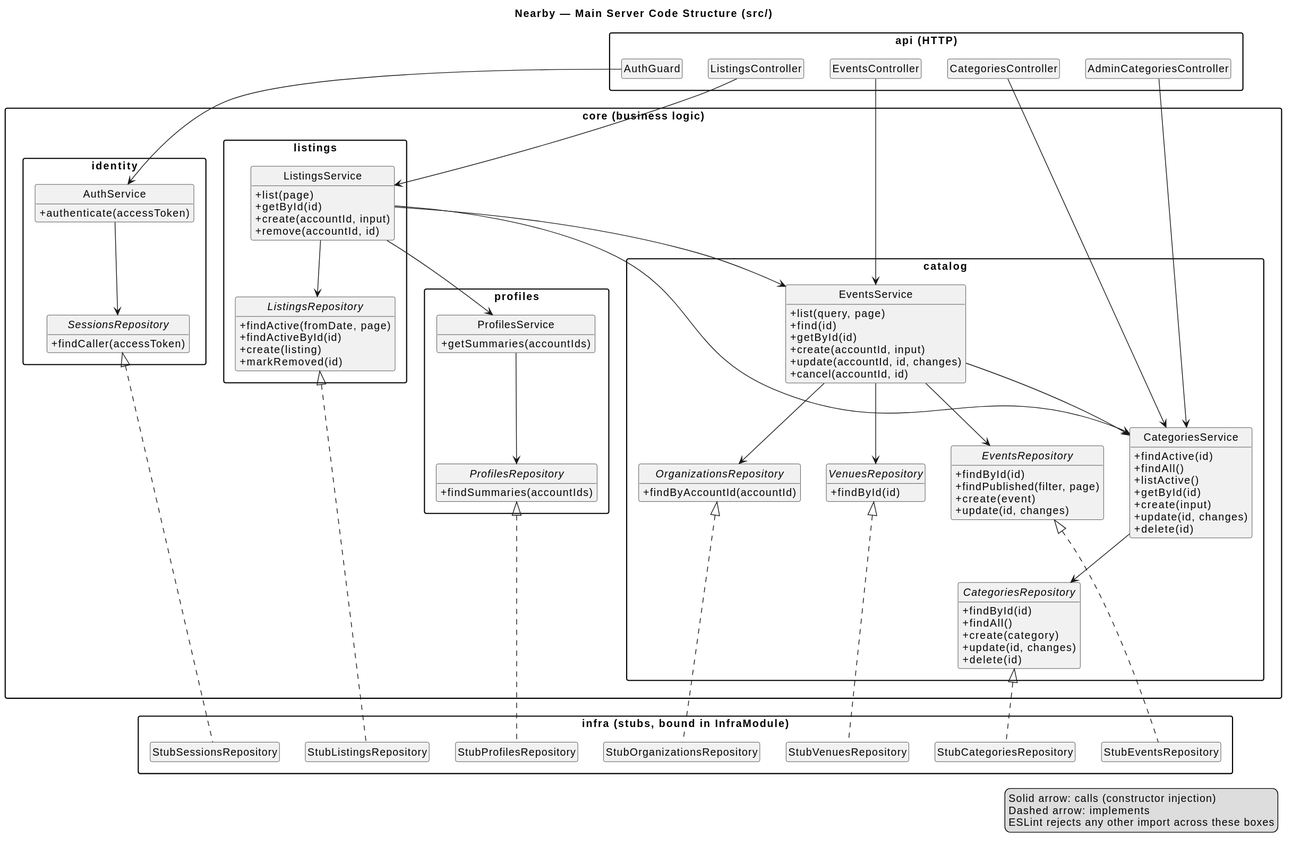
ukma-fin-ssdm-2026/pun-intended-team keeps this PlantUML diagram as docs/architecture/uml/rendered/code-structure.svg. Above is the earlier version. Its diagram source:
```plantuml
@startuml
title Nearby — Main Server Code Structure (src/)

skinparam shadowing false
skinparam packageStyle rectangle
skinparam classAttributeIconSize 0
hide empty members
hide circle

package "api (HTTP)" as API {
  class AuthGuard
  class EventsController
  class CategoriesController
  class AdminCategoriesController
  class ListingsController
}

package "core (business logic)" as CORE {
  package identity {
    class AuthService {
      +authenticate(accessToken)
    }
    abstract class SessionsRepository {
      +findCaller(accessToken)
    }
  }

  package listings {
    class ListingsService {
      +list(page)
      +getById(id)
      +create(accountId, input)
      +remove(accountId, id)
    }
    abstract class ListingsRepository {
      +findActive(fromDate, page)
      +findActiveById(id)
      +create(listing)
      +markRemoved(id)
    }
  }

  package catalog {
    class EventsService {
      +list(query, page)
      +find(id)
      +getById(id)
      +create(accountId, input)
      +update(accountId, id, changes)
      +cancel(accountId, id)
    }
    class CategoriesService {
      +findActive(id)
      +findAll()
      +listActive()
      +getById(id)
      +create(input)
      +update(id, changes)
      +delete(id)
    }
    abstract class EventsRepository {
      +findById(id)
      +findPublished(filter, page)
      +create(event)
      +update(id, changes)
    }
    abstract class CategoriesRepository {
      +findById(id)
      +findAll()
      +create(category)
      +update(id, changes)
      +delete(id)
    }
    abstract class VenuesRepository {
      +findById(id)
    }
    abstract class OrganizationsRepository {
      +findByAccountId(accountId)
    }
  }

  package profiles {
    class ProfilesService {
      +getSummaries(accountIds)
    }
    abstract class ProfilesRepository {
      +findSummaries(accountIds)
    }
  }
}

package "infra (stubs, bound in InfraModule)" as INFRA {
  class StubSessionsRepository
  class StubListingsRepository
  class StubEventsRepository
  class StubCategoriesRepository
  class StubVenuesRepository
  class StubOrganizationsRepository
  class StubProfilesRepository
}

AuthGuard --> AuthService
EventsController --> EventsService
CategoriesController --> CategoriesService
AdminCategoriesController --> CategoriesService
ListingsController --> ListingsService

ListingsService --> EventsService
ListingsService --> CategoriesService
ListingsService --> ProfilesService

AuthService --> SessionsRepository
ListingsService --> ListingsRepository
EventsService --> CategoriesService
EventsService --> EventsRepository
EventsService --> VenuesRepository
EventsService --> OrganizationsRepository
CategoriesService --> CategoriesRepository
ProfilesService --> ProfilesRepository

SessionsRepository <|.. StubSessionsRepository
ListingsRepository <|.. StubListingsRepository
EventsRepository <|.. StubEventsRepository
CategoriesRepository <|.. StubCategoriesRepository
VenuesRepository <|.. StubVenuesRepository
OrganizationsRepository <|.. StubOrganizationsRepository
ProfilesRepository <|.. StubProfilesRepository

legend right
  Solid arrow: calls (constructor injection)
  Dashed arrow: implements
  ESLint rejects any other import across these boxes
endlegend
@enduml
```
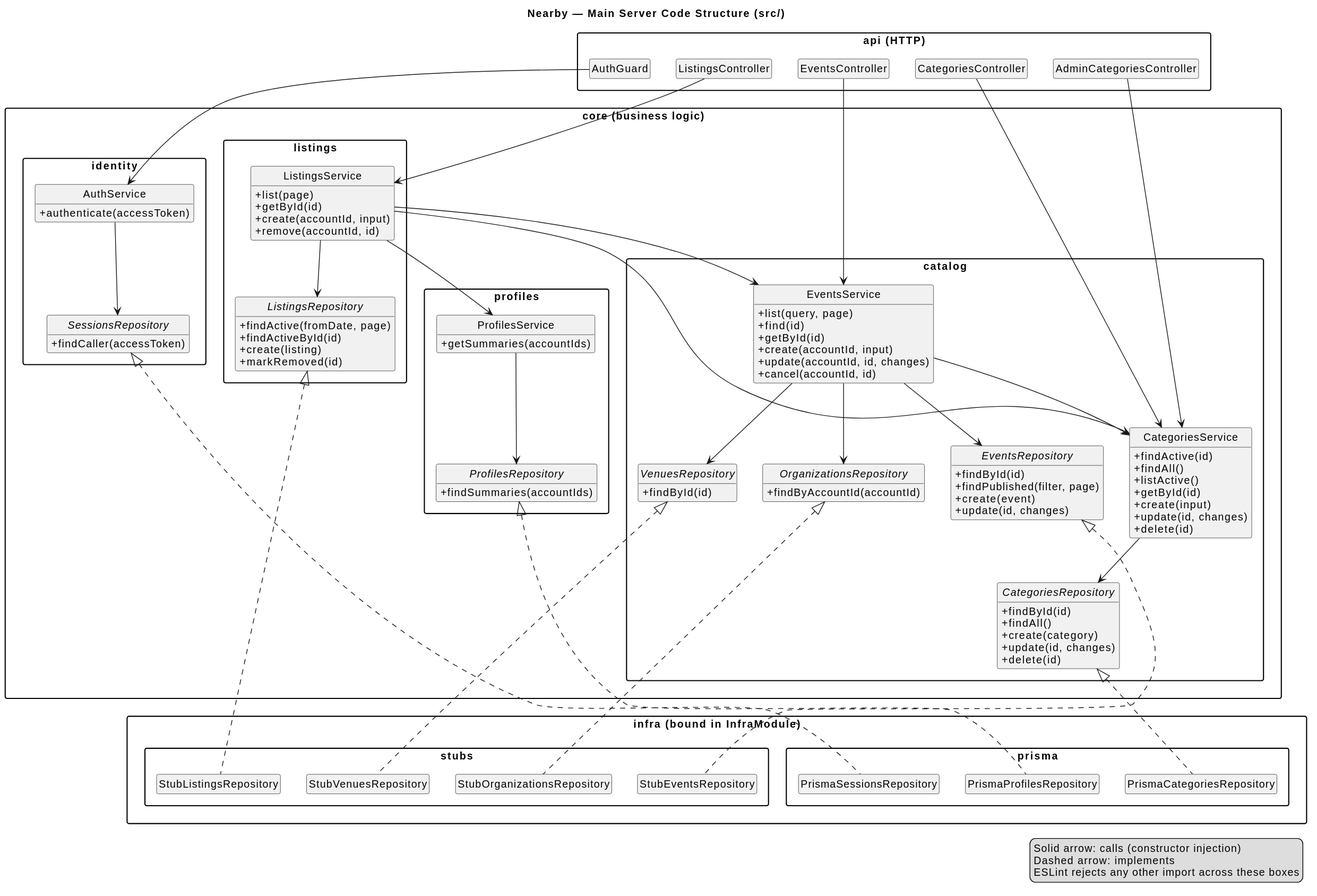
Above is the later version.

Change to the diagram source:
```diff
@@ -89,14 +89,18 @@
   }
 }
 
-package "infra (stubs, bound in InfraModule)" as INFRA {
-  class StubSessionsRepository
-  class StubListingsRepository
-  class StubEventsRepository
-  class StubCategoriesRepository
-  class StubVenuesRepository
-  class StubOrganizationsRepository
-  class StubProfilesRepository
+package "infra (bound in InfraModule)" as INFRA {
+  package "prisma" {
+    class PrismaSessionsRepository
+    class PrismaCategoriesRepository
+    class PrismaProfilesRepository
+  }
+  package "stubs" {
+    class StubListingsRepository
+    class StubEventsRepository
+    class StubVenuesRepository
+    class StubOrganizationsRepository
+  }
 }
 
 AuthGuard --> AuthService
@@ -118,13 +122,13 @@
 CategoriesService --> CategoriesRepository
 ProfilesService --> ProfilesRepository
 
-SessionsRepository <|.. StubSessionsRepository
+SessionsRepository <|.. PrismaSessionsRepository
 ListingsRepository <|.. StubListingsRepository
 EventsRepository <|.. StubEventsRepository
-CategoriesRepository <|.. StubCategoriesRepository
+CategoriesRepository <|.. PrismaCategoriesRepository
 VenuesRepository <|.. StubVenuesRepository
 OrganizationsRepository <|.. StubOrganizationsRepository
-ProfilesRepository <|.. StubProfilesRepository
+ProfilesRepository <|.. PrismaProfilesRepository
 
 legend right
   Solid arrow: calls (constructor injection)
```
